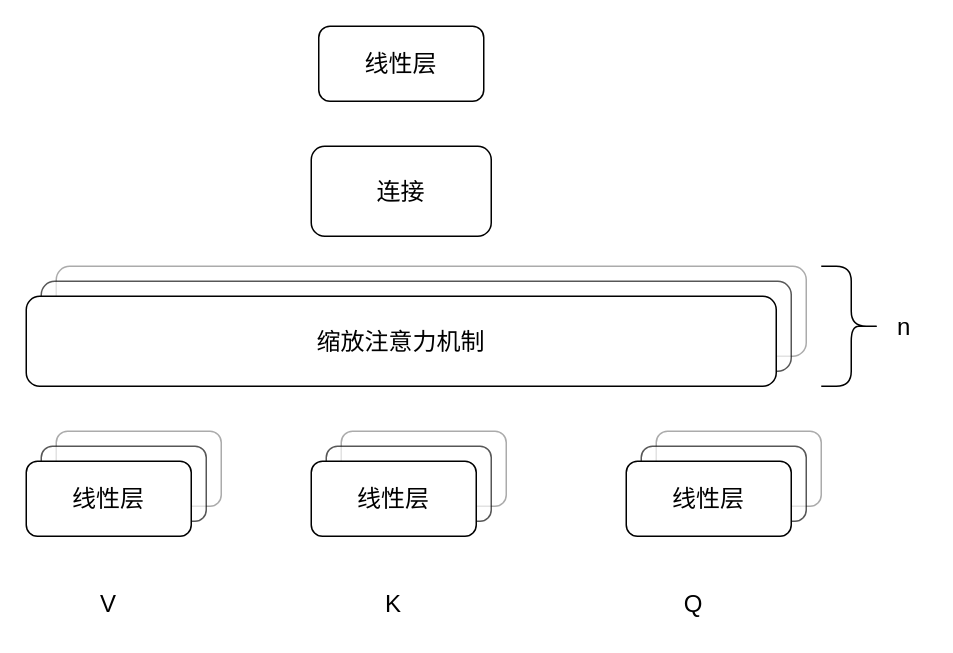
infiniteaim/Repository-from-Anonus keeps this draw.io diagram as test.drawio. Above is the earlier version. Source tidied: cells renumbered, new cells numbered last; positions are measured from the earlier drawing's top-left corner, leaving out a move shared by most shapes. Both pictures are drawn from the tidied source at 150%, with x=0, y=0 at pixel (26, 26).
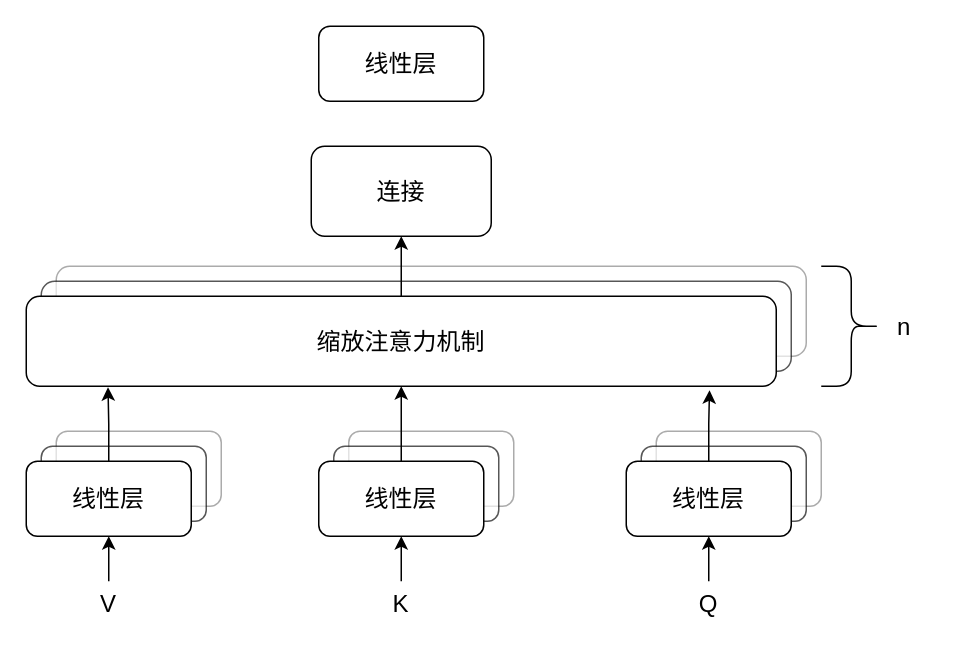
The same page after the edit.

Unchanged cells that the change refers to:
```xml
<mxCell id="6" value="线性层" style="rounded=1;whiteSpace=wrap;html=1;fontSize=16;" parent="1" vertex="1">
  <mxGeometry y="290" width="110" height="50" as="geometry" />
</mxCell>
<mxCell id="7" value="缩放注意力机制" style="rounded=1;whiteSpace=wrap;html=1;fontSize=16;" parent="1" vertex="1">
  <mxGeometry y="180" width="500" height="60" as="geometry" />
</mxCell>
<mxCell id="8" value="连接" style="rounded=1;whiteSpace=wrap;html=1;fontSize=16;" parent="1" vertex="1">
  <mxGeometry x="190" y="80" width="120" height="60" as="geometry" />
</mxCell>
<mxCell id="12" value="V" style="text;html=1;align=center;verticalAlign=middle;whiteSpace=wrap;rounded=0;fontSize=16;" parent="1" vertex="1">
  <mxGeometry x="25" y="370" width="60" height="30" as="geometry" />
</mxCell>
<mxCell id="20" value="线性层" style="rounded=1;whiteSpace=wrap;html=1;fontSize=16;" parent="1" vertex="1">
  <mxGeometry x="400" y="290" width="110" height="50" as="geometry" />
</mxCell>
```

The edit, as a diff of the source:
```diff
@@
+    <mxCell id="21" style="edgeStyle=orthogonalEdgeStyle;rounded=0;jettySize=auto;html=1;exitX=0.5;exitY=0;exitDx=0;exitDy=0;entryX=0.5;entryY=1;entryDx=0;entryDy=0;" parent="1" edge="1" source="7" target="8">
+      <mxGeometry relative="1" as="geometry" />
+    </mxCell>
@@
+    <mxCell id="22" style="edgeStyle=orthogonalEdgeStyle;rounded=0;jettySize=auto;html=1;exitX=0.5;exitY=0;exitDx=0;exitDy=0;entryX=0.5;entryY=1;entryDx=0;entryDy=0;" parent="1" edge="1" source="12" target="6">
+      <mxGeometry relative="1" as="geometry" />
+    </mxCell>
@@
+    <mxCell id="23" style="edgeStyle=orthogonalEdgeStyle;rounded=0;jettySize=auto;html=1;exitX=0.5;exitY=0;exitDx=0;exitDy=0;entryX=0.5;entryY=1;entryDx=0;entryDy=0;" parent="1" edge="1" source="13" target="17">
+      <mxGeometry relative="1" as="geometry" />
+    </mxCell>
     <mxCell id="13" value="K" style="text;html=1;align=center;verticalAlign=middle;whiteSpace=wrap;rounded=0;fontSize=16;" parent="1" vertex="1">
-      <mxGeometry x="215" y="370" width="60" height="30" as="geometry" />
+      <mxGeometry x="220" y="370" width="60" height="30" as="geometry" />
     </mxCell>
+    <mxCell id="24" style="edgeStyle=orthogonalEdgeStyle;rounded=0;jettySize=auto;html=1;exitX=0.5;exitY=0;exitDx=0;exitDy=0;entryX=0.5;entryY=1;entryDx=0;entryDy=0;" parent="1" edge="1" source="14" target="20">
+      <mxGeometry relative="1" as="geometry" />
+    </mxCell>
     <mxCell id="14" value="Q" style="text;html=1;align=center;verticalAlign=middle;whiteSpace=wrap;rounded=0;fontSize=16;" parent="1" vertex="1">
-      <mxGeometry x="415" y="370" width="60" height="30" as="geometry" />
+      <mxGeometry x="425" y="370" width="60" height="30" as="geometry" />
     </mxCell>
     <mxCell id="15" style="rounded=1;whiteSpace=wrap;html=1;fontSize=16;opacity=33;" parent="1" vertex="1">
-      <mxGeometry x="210" y="270" width="110" height="50" as="geometry" />
+      <mxGeometry x="215" y="270" width="110" height="50" as="geometry" />
     </mxCell>
     <mxCell id="16" style="rounded=1;whiteSpace=wrap;html=1;fontSize=16;textShadow=1;opacity=66;" parent="1" vertex="1">
-      <mxGeometry x="200" y="280" width="110" height="50" as="geometry" />
+      <mxGeometry x="205" y="280" width="110" height="50" as="geometry" />
     </mxCell>
+    <mxCell id="25" style="edgeStyle=orthogonalEdgeStyle;rounded=0;jettySize=auto;html=1;entryX=0.5;entryY=1;entryDx=0;entryDy=0;" parent="1" edge="1" source="17" target="7">
+      <mxGeometry relative="1" as="geometry" />
+    </mxCell>
     <mxCell id="17" value="线性层" style="rounded=1;whiteSpace=wrap;html=1;fontSize=16;" parent="1" vertex="1">
-      <mxGeometry x="190" y="290" width="110" height="50" as="geometry" />
+      <mxGeometry x="195" y="290" width="110" height="50" as="geometry" />
     </mxCell>
@@
+    <mxCell id="26" style="edgeStyle=orthogonalEdgeStyle;rounded=0;jettySize=auto;html=1;entryX=0.109;entryY=1.011;entryDx=0;entryDy=0;entryPerimeter=0;" parent="1" edge="1" source="6" target="7">
+      <mxGeometry relative="1" as="geometry" />
+    </mxCell>
+    <mxCell id="27" style="edgeStyle=orthogonalEdgeStyle;rounded=0;jettySize=auto;html=1;exitX=0.5;exitY=0;exitDx=0;exitDy=0;entryX=0.911;entryY=1.044;entryDx=0;entryDy=0;entryPerimeter=0;" parent="1" edge="1" source="20" target="7">
+      <mxGeometry relative="1" as="geometry" />
+    </mxCell>
```
